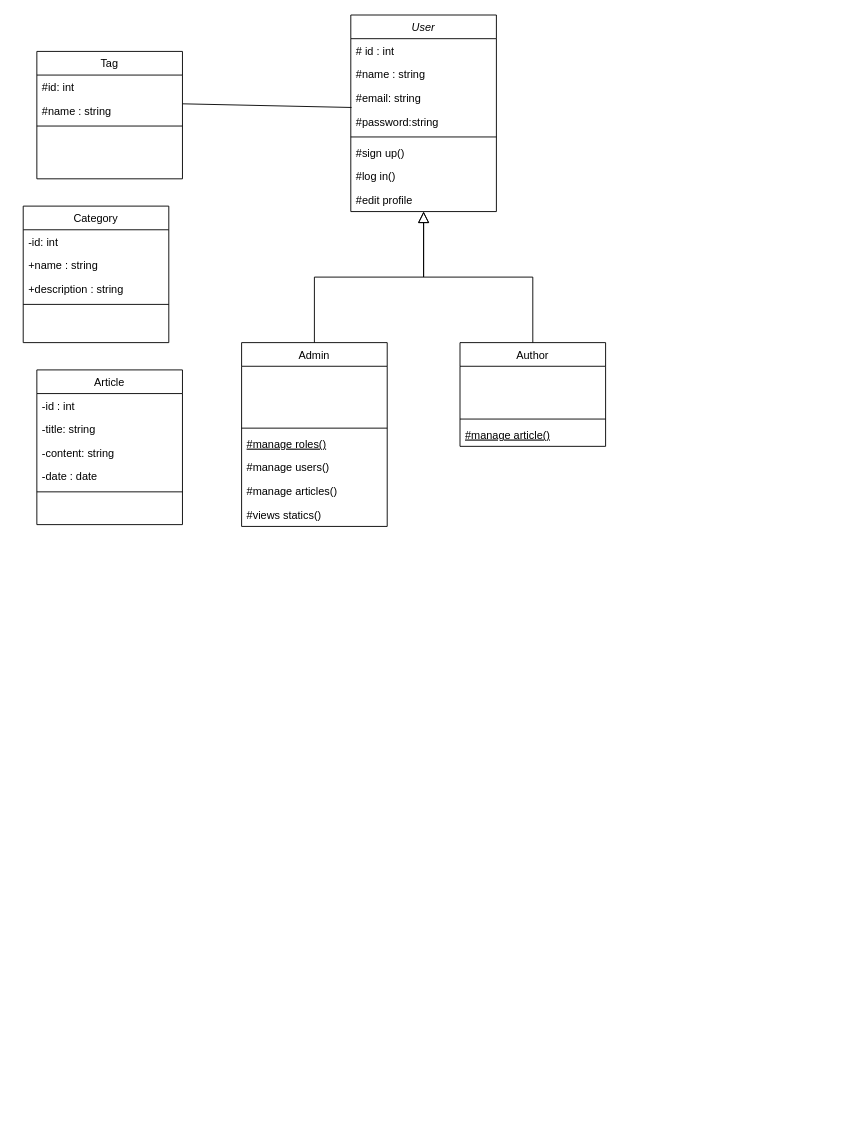
Before: diagrams/class diagram(Dev.to Blogging Plateform).drawio in mustapha-moutaki/Dev-to-Blogging-Plateform, a draw.io diagram. Source tidied: cells renumbered, new cells numbered last; positions are measured from the earlier drawing's top-left corner, leaving out a move shared by most shapes. Both pictures are drawn from the tidied source at 91%, with x=0, y=0 at pixel (23, 15).
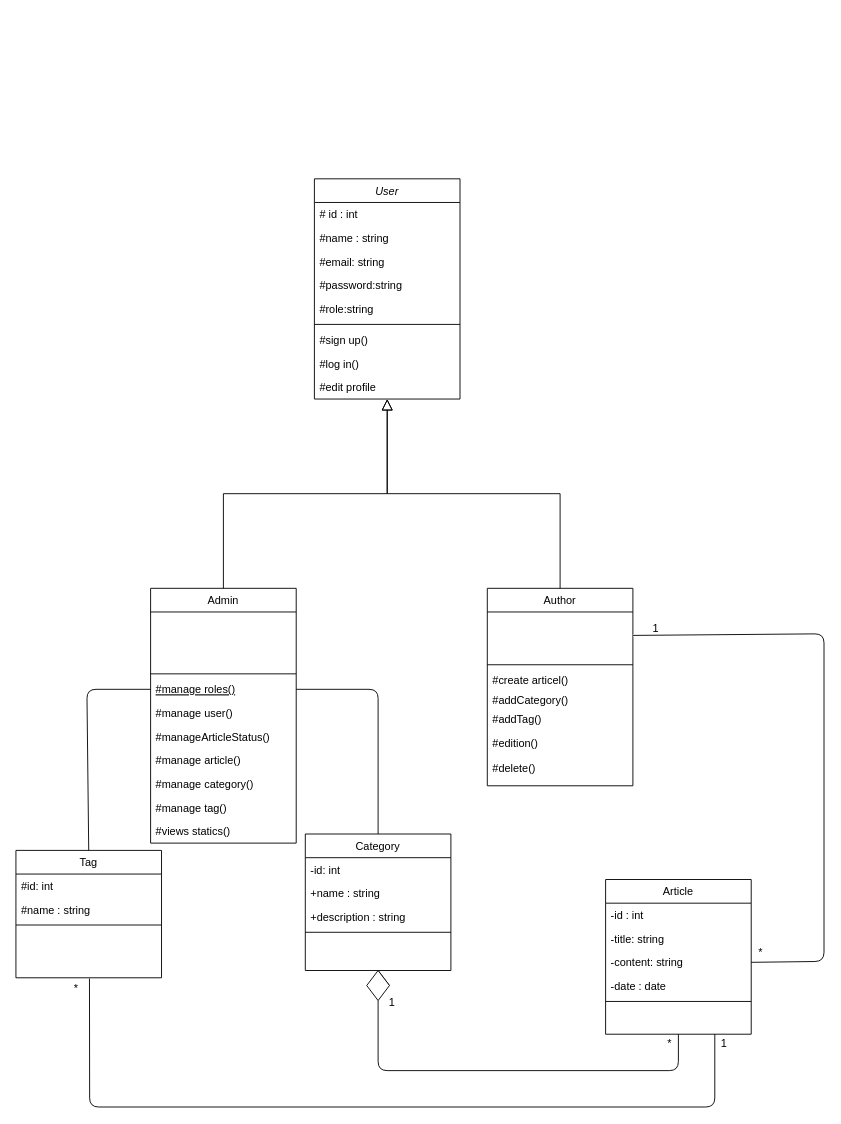
After the change.

Unchanged cells that the change refers to:
```xml
<mxCell id="5" value="#email: string" style="text;align=left;verticalAlign=top;spacingLeft=4;spacingRight=4;overflow=hidden;points=[[0,0.5],[1,0.5]];portConstraint=eastwest;rounded=0;shadow=0;html=0;" parent="2" vertex="1">
  <mxGeometry y="78" width="160" height="26" as="geometry" />
</mxCell>
<mxCell id="14" value="#manage roles()" style="text;align=left;verticalAlign=top;spacingLeft=4;spacingRight=4;overflow=hidden;points=[[0,0.5],[1,0.5]];portConstraint=eastwest;fontStyle=4;" parent="11" vertex="1">
  <mxGeometry y="98" width="160" height="26" as="geometry" />
</mxCell>
<mxCell id="31" value="#name : string" style="text;align=left;verticalAlign=top;spacingLeft=4;spacingRight=4;overflow=hidden;points=[[0,0.5],[1,0.5]];portConstraint=eastwest;rounded=0;shadow=0;html=0;" parent="29" vertex="1">
  <mxGeometry y="52" width="160" height="26" as="geometry" />
</mxCell>
<mxCell id="36" value="-content: string" style="text;align=left;verticalAlign=top;spacingLeft=4;spacingRight=4;overflow=hidden;points=[[0,0.5],[1,0.5]];portConstraint=eastwest;rounded=0;shadow=0;html=0;" parent="33" vertex="1">
  <mxGeometry y="78" width="160" height="26" as="geometry" />
</mxCell>
```

Change to the diagram source:
```diff
@@
     <mxCell id="2" value="User" style="swimlane;fontStyle=2;align=center;verticalAlign=top;horizontal=1;startSize=26;rounded=0;shadow=0;strokeWidth=1;" parent="1" vertex="1">
-      <mxGeometry x="360" width="160" height="216" as="geometry" />
+      <mxGeometry x="320" y="180" width="160" height="242" as="geometry" />
     </mxCell>
@@
+    <mxCell id="41" value="#password:string" style="text;align=left;verticalAlign=top;spacingLeft=4;spacingRight=4;overflow=hidden;rounded=0;shadow=0;html=0;" parent="2" vertex="1">
+      <mxGeometry y="104" width="160" height="26" as="geometry" />
+    </mxCell>
-    <mxCell id="6" value="#password:string" style="text;align=left;verticalAlign=top;spacingLeft=4;spacingRight=4;overflow=hidden;rounded=0;shadow=0;html=0;" parent="2" vertex="1">
-      <mxGeometry y="104" width="160" height="26" as="geometry" />
+    <mxCell id="6" value="#role:string" style="text;align=left;verticalAlign=top;spacingLeft=4;spacingRight=4;overflow=hidden;rounded=0;shadow=0;html=0;" parent="2" vertex="1">
+      <mxGeometry y="130" width="160" height="26" as="geometry" />
     </mxCell>
     <mxCell id="7" style="line;html=1;strokeWidth=1;align=left;verticalAlign=middle;spacingTop=-1;spacingLeft=3;spacingRight=3;labelPosition=right;" parent="2" vertex="1">
-      <mxGeometry y="130" width="160" height="8" as="geometry" />
+      <mxGeometry y="156" width="160" height="8" as="geometry" />
     </mxCell>
     <mxCell id="8" value="#sign up()" style="text;align=left;verticalAlign=top;spacingLeft=4;spacingRight=4;overflow=hidden;" parent="2" vertex="1">
-      <mxGeometry y="138" width="160" height="26" as="geometry" />
+      <mxGeometry y="164" width="160" height="26" as="geometry" />
     </mxCell>
     <mxCell id="9" value="#log in()" style="text;align=left;verticalAlign=top;spacingLeft=4;spacingRight=4;overflow=hidden;" parent="2" vertex="1">
-      <mxGeometry y="164" width="160" height="26" as="geometry" />
+      <mxGeometry y="190" width="160" height="26" as="geometry" />
     </mxCell>
     <mxCell id="10" value="#edit profile" style="text;align=left;verticalAlign=top;spacingLeft=4;spacingRight=4;overflow=hidden;" parent="2" vertex="1">
-      <mxGeometry y="190" width="160" height="26" as="geometry" />
+      <mxGeometry y="216" width="160" height="26" as="geometry" />
     </mxCell>
     <mxCell id="11" value="Admin" style="swimlane;fontStyle=0;align=center;verticalAlign=top;horizontal=1;startSize=26;rounded=0;shadow=0;strokeWidth=1;" parent="1" vertex="1">
-      <mxGeometry x="240" y="360" width="160" height="202" as="geometry" />
+      <mxGeometry x="140" y="630" width="160" height="280" as="geometry" />
     </mxCell>
@@
-    <mxCell id="15" value="#manage users()" style="text;align=left;verticalAlign=top;spacingLeft=4;spacingRight=4;overflow=hidden;" parent="11" vertex="1">
+    <mxCell id="15" value="#manage user()" style="text;align=left;verticalAlign=top;spacingLeft=4;spacingRight=4;overflow=hidden;" parent="11" vertex="1">
       <mxGeometry y="124" width="160" height="26" as="geometry" />
     </mxCell>
+    <mxCell id="42" value="#manageArticleStatus()" style="text;align=left;verticalAlign=top;spacingLeft=4;spacingRight=4;overflow=hidden;" parent="11" vertex="1">
+      <mxGeometry y="150" width="160" height="26" as="geometry" />
+    </mxCell>
-    <mxCell id="16" value="#manage articles()" style="text;align=left;verticalAlign=top;spacingLeft=4;spacingRight=4;overflow=hidden;" parent="11" vertex="1">
-      <mxGeometry y="150" width="160" height="26" as="geometry" />
+    <mxCell id="16" value="#manage article()" style="text;align=left;verticalAlign=top;spacingLeft=4;spacingRight=4;overflow=hidden;" parent="11" vertex="1">
+      <mxGeometry y="176" width="160" height="26" as="geometry" />
     </mxCell>
+    <mxCell id="43" value="#manage category()" style="text;align=left;verticalAlign=top;spacingLeft=4;spacingRight=4;overflow=hidden;" parent="11" vertex="1">
+      <mxGeometry y="202" width="160" height="26" as="geometry" />
+    </mxCell>
+    <mxCell id="44" value="#manage tag()" style="text;align=left;verticalAlign=top;spacingLeft=4;spacingRight=4;overflow=hidden;" parent="11" vertex="1">
+      <mxGeometry y="228" width="160" height="26" as="geometry" />
+    </mxCell>
     <mxCell id="17" value="#views statics()" style="text;align=left;verticalAlign=top;spacingLeft=4;spacingRight=4;overflow=hidden;" parent="11" vertex="1">
-      <mxGeometry y="176" width="160" height="26" as="geometry" />
+      <mxGeometry y="254" width="160" height="26" as="geometry" />
     </mxCell>
@@
     <mxCell id="19" value="Author" style="swimlane;fontStyle=0;align=center;verticalAlign=top;horizontal=1;startSize=26;rounded=0;shadow=0;strokeWidth=1;" parent="1" vertex="1">
-      <mxGeometry x="480" y="360" width="160" height="114" as="geometry" />
+      <mxGeometry x="510" y="630" width="160" height="217" as="geometry" />
     </mxCell>
@@
-    <mxCell id="22" value="#manage article()" style="text;align=left;verticalAlign=top;spacingLeft=4;spacingRight=4;overflow=hidden;fontStyle=4;" parent="19" vertex="1">
-      <mxGeometry y="88" width="160" height="26" as="geometry" />
+    <mxCell id="22" value="#create articel()" style="text;align=left;verticalAlign=top;spacingLeft=4;spacingRight=4;overflow=hidden;fontStyle=0;" parent="19" vertex="1">
+      <mxGeometry y="88" width="160" height="22" as="geometry" />
     </mxCell>
+    <mxCell id="45" value="#addCategory()" style="text;align=left;verticalAlign=top;spacingLeft=4;spacingRight=4;overflow=hidden;fontStyle=0;" parent="19" vertex="1">
+      <mxGeometry y="110" width="160" height="20" as="geometry" />
+    </mxCell>
+    <mxCell id="46" value="#addTag()" style="text;align=left;verticalAlign=top;spacingLeft=4;spacingRight=4;overflow=hidden;fontStyle=0;" parent="19" vertex="1">
+      <mxGeometry y="130" width="160" height="27" as="geometry" />
+    </mxCell>
+    <mxCell id="47" value="#edition()" style="text;align=left;verticalAlign=top;spacingLeft=4;spacingRight=4;overflow=hidden;fontStyle=0;" parent="19" vertex="1">
+      <mxGeometry y="157" width="160" height="27" as="geometry" />
+    </mxCell>
+    <mxCell id="48" value="#delete()" style="text;align=left;verticalAlign=top;spacingLeft=4;spacingRight=4;overflow=hidden;fontStyle=0;" parent="19" vertex="1">
+      <mxGeometry y="184" width="160" height="27" as="geometry" />
+    </mxCell>
@@
     <mxCell id="24" value="Category" style="swimlane;fontStyle=0;align=center;verticalAlign=top;horizontal=1;startSize=26;rounded=0;shadow=0;strokeWidth=1;" parent="1" vertex="1">
-      <mxGeometry y="210" width="160" height="150" as="geometry" />
+      <mxGeometry x="310" y="900" width="160" height="150" as="geometry" />
     </mxCell>
@@
     <mxCell id="29" value="Tag" style="swimlane;fontStyle=0;align=center;verticalAlign=top;horizontal=1;startSize=26;rounded=0;shadow=0;strokeWidth=1;" parent="1" vertex="1">
-      <mxGeometry x="15" y="40" width="160" height="140" as="geometry" />
+      <mxGeometry x="-8" y="918" width="160" height="140" as="geometry" />
     </mxCell>
@@
     <mxCell id="33" value="Article" style="swimlane;fontStyle=0;align=center;verticalAlign=top;horizontal=1;startSize=26;rounded=0;shadow=0;strokeWidth=1;" parent="1" vertex="1">
-      <mxGeometry x="15" y="390" width="160" height="170" as="geometry" />
+      <mxGeometry x="640" y="950" width="160" height="170" as="geometry" />
     </mxCell>
@@
-    <mxCell id="40" style="endArrow=none;html=1;exitX=1.001;exitY=0.215;exitDx=0;exitDy=0;exitPerimeter=0;entryX=0.005;entryY=0.908;entryDx=0;entryDy=0;entryPerimeter=0;" parent="1" edge="1" source="31" target="5">
-      <mxGeometry relative="1" as="geometry" />
-    </mxCell>
+    <mxCell id="49" style="endArrow=none;html=1;exitX=0;exitY=0.5;exitDx=0;exitDy=0;entryX=0.5;entryY=0;entryDx=0;entryDy=0;" parent="1" edge="1" source="14" target="29">
+      <mxGeometry relative="1" as="geometry">
+        <Array as="points">
+          <mxPoint x="70" y="741" />
+        </Array>
+      </mxGeometry>
+    </mxCell>
+    <mxCell id="50" style="endArrow=none;html=1;exitX=1;exitY=0.5;exitDx=0;exitDy=0;entryX=0.5;entryY=0;entryDx=0;entryDy=0;" parent="1" edge="1" source="14" target="24">
+      <mxGeometry relative="1" as="geometry">
+        <Array as="points">
+          <mxPoint x="390" y="741" />
+        </Array>
+      </mxGeometry>
+    </mxCell>
+    <mxCell id="51" style="endArrow=none;html=1;exitX=1;exitY=0.5;exitDx=0;exitDy=0;entryX=0.5;entryY=1;entryDx=0;entryDy=0;startArrow=none;" parent="1" edge="1" source="53" target="24">
+      <mxGeometry relative="1" as="geometry" />
+    </mxCell>
+    <mxCell id="52" style="endArrow=none;html=1;exitX=0.5;exitY=1;exitDx=0;exitDy=0;entryX=0.5;entryY=1;entryDx=0;entryDy=0;" parent="1" edge="1" source="33" target="53">
+      <mxGeometry relative="1" as="geometry">
+        <Array as="points">
+          <mxPoint x="720" y="1160" />
+          <mxPoint x="390" y="1160" />
+        </Array>
+      </mxGeometry>
+    </mxCell>
+    <mxCell id="53" style="rhombus;whiteSpace=wrap;html=1;fillColor=#FFFFFF;" parent="1" vertex="1">
+      <mxGeometry x="377.5" y="1050" width="25" height="33" as="geometry" />
+    </mxCell>
+    <mxCell id="54" style="rhombus;whiteSpace=wrap;html=1;strokeColor=#FFFFFF;fillColor=#FFFFFF;" parent="1" vertex="1">
+      <mxGeometry x="670" y="670" width="25" height="23.5" as="geometry" />
+    </mxCell>
+    <mxCell id="55" style="endArrow=none;html=1;exitX=0.75;exitY=1;exitDx=0;exitDy=0;entryX=0.994;entryY=0.125;entryDx=0;entryDy=0;entryPerimeter=0;" parent="1" edge="1" source="33" target="60">
+      <mxGeometry relative="1" as="geometry">
+        <Array as="points">
+          <mxPoint x="760" y="1200" />
+          <mxPoint x="73" y="1200" />
+        </Array>
+      </mxGeometry>
+    </mxCell>
+    <mxCell id="56" style="endArrow=none;html=1;exitX=1;exitY=0.5;exitDx=0;exitDy=0;entryX=0;entryY=0.5;entryDx=0;entryDy=0;" parent="1" edge="1" source="36" target="54">
+      <mxGeometry relative="1" as="geometry">
+        <Array as="points">
+          <mxPoint x="880" y="1040" />
+          <mxPoint x="880" y="680" />
+        </Array>
+      </mxGeometry>
+    </mxCell>
+    <mxCell id="57" value="1" style="text;html=1;align=center;verticalAlign=middle;strokeColor=none;fillColor=none;" parent="1" vertex="1">
+      <mxGeometry x="680" y="660" width="30" height="30" as="geometry" />
+    </mxCell>
+    <mxCell id="58" value="*" style="text;html=1;align=center;verticalAlign=middle;strokeColor=none;fillColor=none;" parent="1" vertex="1">
+      <mxGeometry x="795" y="1015" width="30" height="30" as="geometry" />
+    </mxCell>
+    <mxCell id="59" value="1" style="text;html=1;align=center;verticalAlign=middle;strokeColor=none;fillColor=none;" parent="1" vertex="1">
+      <mxGeometry x="755" y="1115" width="30" height="30" as="geometry" />
+    </mxCell>
+    <mxCell id="60" value="*" style="text;html=1;align=center;verticalAlign=middle;points=[];strokeColor=none;fillColor=none;" parent="1" vertex="1">
+      <mxGeometry x="43" y="1055" width="30" height="30" as="geometry" />
+    </mxCell>
+    <mxCell id="61" value="1" style="text;html=1;align=center;verticalAlign=middle;strokeColor=none;fillColor=none;" parent="1" vertex="1">
+      <mxGeometry x="390" y="1070" width="30" height="30" as="geometry" />
+    </mxCell>
+    <mxCell id="62" value="*" style="text;html=1;align=center;verticalAlign=middle;strokeColor=none;fillColor=none;" parent="1" vertex="1">
+      <mxGeometry x="695" y="1115" width="30" height="30" as="geometry" />
+    </mxCell>
```
